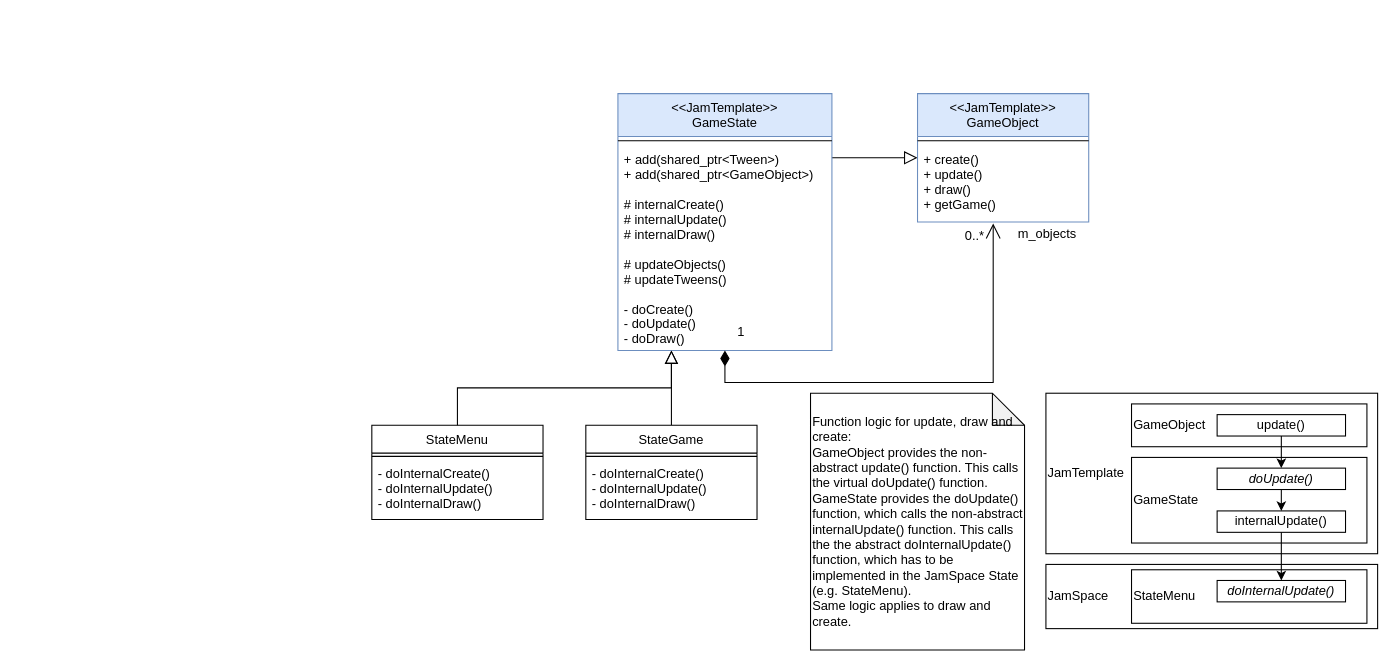
This is doc/GameState.drawio from Laguna1989/JamTemplateCpp, a draw.io file, before an edit. Source tidied: cells renumbered, new cells numbered last; positions are measured from the earlier drawing's top-left corner, leaving out a move shared by most shapes. Both pictures are drawn from the tidied source at 107%, with x=0, y=0 at pixel (371, 93).
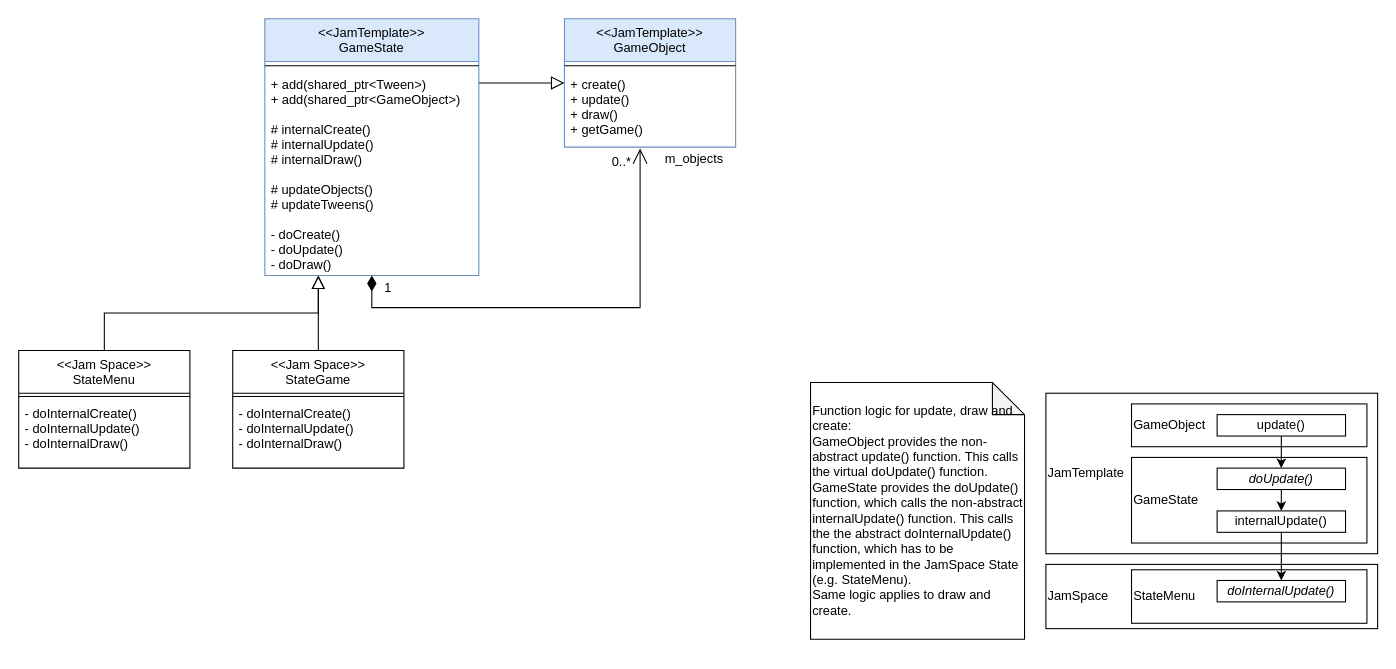
Above is the later version.

The change refers to these unchanged cells:
```xml
<mxCell id="6" value="+ create()&#10;+ update()&#10;+ draw()&#10;+ getGame()" style="text;align=left;verticalAlign=top;spacingLeft=4;spacingRight=4;overflow=hidden;points=[[0,0.5],[1,0.5]];portConstraint=eastwest;" parent="4" vertex="1">
  <mxGeometry y="48" width="160" height="72" as="geometry" />
</mxCell>
```

Diff of the diagram source:
```diff
@@
     <mxCell id="4" value="&lt;&lt;JamTemplate&gt;&gt;&#10;GameObject" style="swimlane;fontStyle=0;align=center;verticalAlign=top;horizontal=1;startSize=40;rounded=0;shadow=0;strokeWidth=1;fillColor=#dae8fc;strokeColor=#6c8ebf;" parent="1" vertex="1">
-      <mxGeometry x="510" width="160" height="120" as="geometry" />
+      <mxGeometry x="180" y="-70" width="160" height="120" as="geometry" />
     </mxCell>
@@
     <mxCell id="7" value="&lt;&lt;JamTemplate&gt;&gt;&#10;GameState" style="swimlane;fontStyle=0;align=center;verticalAlign=top;horizontal=1;startSize=40;rounded=0;shadow=0;strokeWidth=1;fillColor=#dae8fc;strokeColor=#6c8ebf;" parent="1" vertex="1">
-      <mxGeometry x="230" width="200" height="240" as="geometry" />
+      <mxGeometry x="-100" y="-70" width="200" height="240" as="geometry" />
     </mxCell>
@@
     <mxCell id="10" style="endArrow=open;shadow=0;strokeWidth=1;rounded=0;endFill=1;edgeStyle=elbowEdgeStyle;elbow=vertical;exitX=0.5;exitY=1;exitDx=0;exitDy=0;startArrow=diamondThin;startFill=1;endSize=12;startSize=12;entryX=0.442;entryY=1.019;entryDx=0;entryDy=0;entryPerimeter=0;" parent="1" edge="1" source="7" target="6">
       <mxGeometry x="0.5" y="41" relative="1" as="geometry">
         <Array as="points">
-          <mxPoint x="450" y="270" />
-          <mxPoint x="250" y="278" />
+          <mxPoint x="120" y="200" />
+          <mxPoint x="-80" y="208" />
         </Array>
         <mxPoint x="-40" y="32" as="offset" />
       </mxGeometry>
     </mxCell>
     <mxCell id="11" value="1" style="align=left;verticalAlign=bottom;labelBackgroundColor=none;fontSize=12;" parent="10" vertex="1">
       <mxGeometry x="-1" relative="1" as="geometry">
-        <mxPoint x="10" y="-9" as="offset" />
+        <mxPoint x="10" y="20" as="offset" />
       </mxGeometry>
     </mxCell>
@@
-    <mxCell id="14" value="StateGame" style="swimlane;fontStyle=0;align=center;verticalAlign=top;horizontal=1;startSize=26;rounded=0;shadow=0;strokeWidth=1;" parent="1" vertex="1">
-      <mxGeometry x="200" y="310" width="160" height="88" as="geometry" />
+    <mxCell id="14" value="&lt;&lt;Jam Space&gt;&gt;&#10;StateGame" style="swimlane;fontStyle=0;align=center;verticalAlign=top;horizontal=1;startSize=40;rounded=0;shadow=0;strokeWidth=1;" parent="1" vertex="1">
+      <mxGeometry x="-130" y="240" width="160" height="110" as="geometry" />
     </mxCell>
     <mxCell id="15" style="line;html=1;strokeWidth=1;align=left;verticalAlign=middle;spacingTop=-1;spacingLeft=3;spacingRight=3;labelPosition=right;" parent="14" vertex="1">
-      <mxGeometry y="26" width="160" height="6" as="geometry" />
+      <mxGeometry y="40" width="160" height="6" as="geometry" />
     </mxCell>
     <mxCell id="16" value="- doInternalCreate()&#10;- doInternalUpdate()&#10;- doInternalDraw()" style="text;align=left;verticalAlign=top;spacingLeft=4;spacingRight=4;overflow=hidden;" parent="14" vertex="1">
-      <mxGeometry y="32" width="160" height="48" as="geometry" />
+      <mxGeometry y="46" width="160" height="48" as="geometry" />
     </mxCell>
-    <mxCell id="17" value="StateMenu" style="swimlane;fontStyle=0;align=center;verticalAlign=top;horizontal=1;startSize=26;rounded=0;shadow=0;strokeWidth=1;" parent="1" vertex="1">
-      <mxGeometry y="310" width="160" height="88" as="geometry" />
+    <mxCell id="17" value="&lt;&lt;Jam Space&gt;&gt;&#10;StateMenu" style="swimlane;fontStyle=0;align=center;verticalAlign=top;horizontal=1;startSize=40;rounded=0;shadow=0;strokeWidth=1;" parent="1" vertex="1">
+      <mxGeometry x="-330" y="240" width="160" height="110" as="geometry" />
     </mxCell>
     <mxCell id="18" style="line;html=1;strokeWidth=1;align=left;verticalAlign=middle;spacingTop=-1;spacingLeft=3;spacingRight=3;labelPosition=right;" parent="17" vertex="1">
-      <mxGeometry y="26" width="160" height="6" as="geometry" />
+      <mxGeometry y="40" width="160" height="6" as="geometry" />
     </mxCell>
     <mxCell id="19" value="- doInternalCreate()&#10;- doInternalUpdate()&#10;- doInternalDraw()" style="text;align=left;verticalAlign=top;spacingLeft=4;spacingRight=4;overflow=hidden;" parent="17" vertex="1">
-      <mxGeometry y="32" width="160" height="48" as="geometry" />
+      <mxGeometry y="46" width="160" height="64" as="geometry" />
     </mxCell>
@@
     <mxCell id="21" value="&lt;div&gt;&lt;span&gt;Function logic for update, draw and create:&lt;/span&gt;&lt;/div&gt;&lt;div&gt;&lt;span&gt;GameObject provides the non-abstract update() function. This calls the virtual doUpdate() function.&amp;nbsp;&lt;/span&gt;&lt;/div&gt;&lt;div&gt;&lt;span&gt;GameState provides the doUpdate() function, which calls the non-abstract internalUpdate() function. This calls the the abstract doInternalUpdate() function, which has to be implemented in the JamSpace State (e.g. StateMenu).&lt;/span&gt;&lt;/div&gt;&lt;div&gt;&lt;span&gt;Same logic applies to draw and create.&lt;/span&gt;&lt;/div&gt;" style="shape=note;whiteSpace=wrap;html=1;backgroundOutline=1;darkOpacity=0.05;align=left;" parent="1" vertex="1">
-      <mxGeometry x="410" y="280" width="200" height="240" as="geometry" />
+      <mxGeometry x="410" y="270" width="200" height="240" as="geometry" />
     </mxCell>
```
